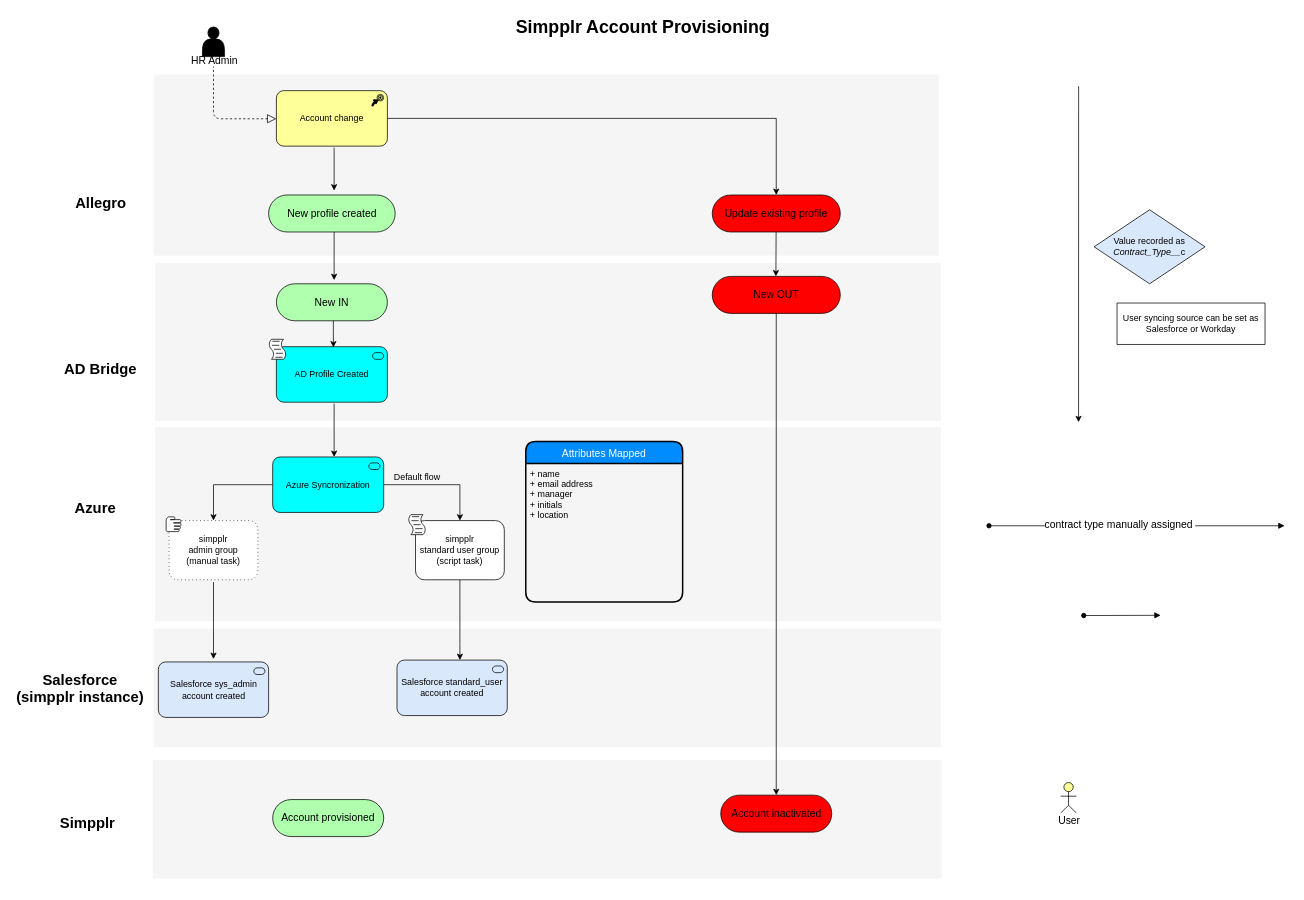
The draw.io diagram SimpplrAccountProvisioning.drawio in merid-berhe/draw.io, before the edit. Source tidied: cells renumbered, new cells numbered last; positions are measured from the earlier drawing's top-left corner, leaving out a move shared by most shapes. Both pictures are drawn from the tidied source at 74%, with x=0, y=0 at pixel (13, 13).
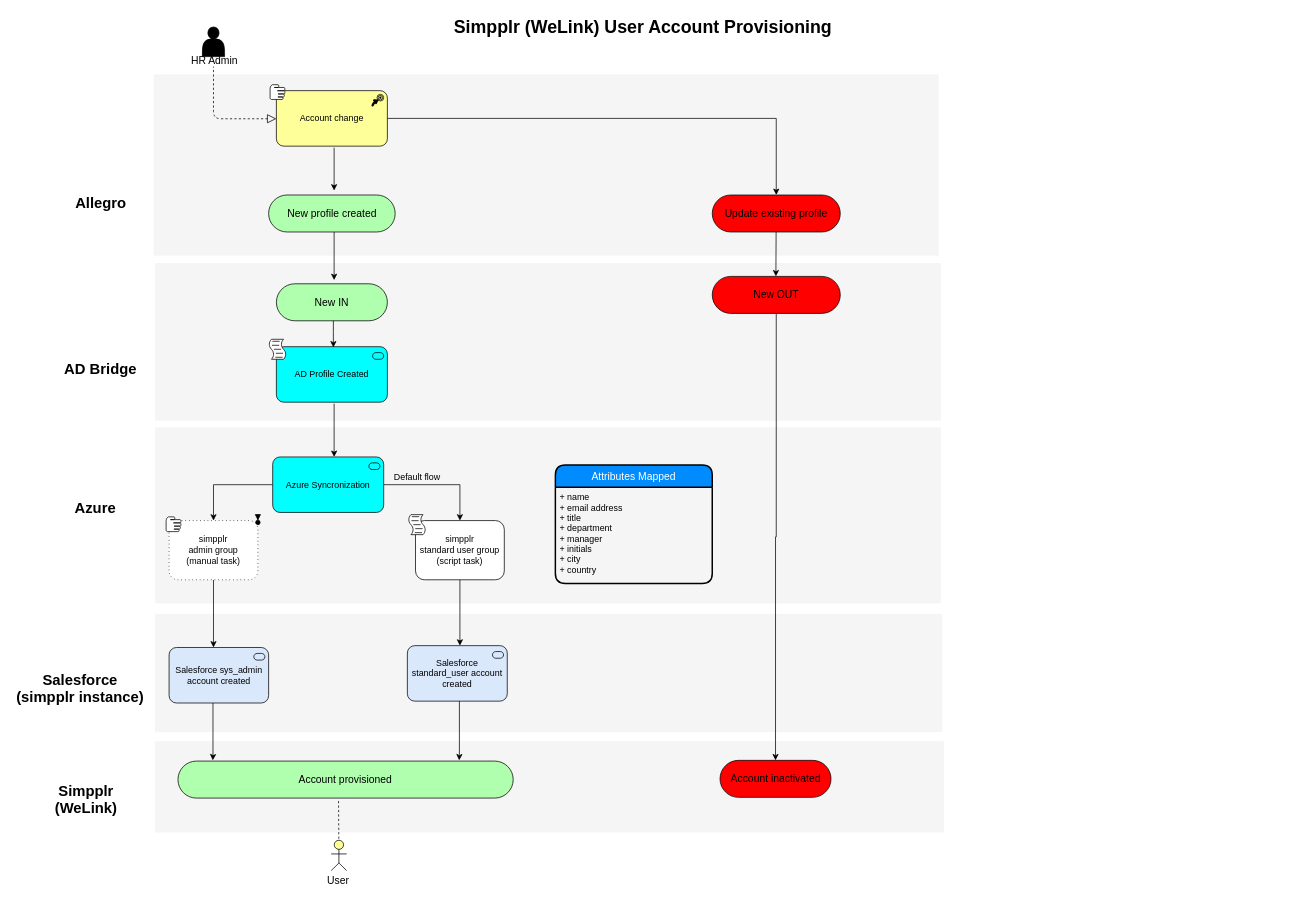
Above is the later version.

The change refers to these unchanged cells:
```xml
<mxCell id="35" value="New OUT" style="html=1;whiteSpace=wrap;fillColor=#FF0000;strokeColor=#000000;shape=mxgraph.archimate3.service;fontSize=14;" parent="1" vertex="1">
  <mxGeometry x="945" y="356" width="173" height="50" as="geometry" />
</mxCell>
<mxCell id="45" value="simpplr &lt;br&gt;admin group&lt;br&gt;(manual task)" style="shape=ext;rounded=1;html=1;whiteSpace=wrap;dashed=1;dashPattern=1 4;" parent="1" vertex="1">
  <mxGeometry x="211" y="686" width="120" height="80" as="geometry" />
</mxCell>
```

What changed in the source:
```diff
@@
     <mxCell id="2" style="whiteSpace=wrap;html=1;strokeColor=none;strokeWidth=1;fillColor=#f5f5f5;fontSize=14;" parent="1" vertex="1">
-      <mxGeometry x="192" y="560" width="1062" height="262" as="geometry" />
+      <mxGeometry x="192" y="560" width="1062" height="238" as="geometry" />
     </mxCell>
     <mxCell id="3" style="whiteSpace=wrap;html=1;strokeColor=none;strokeWidth=1;fillColor=#f5f5f5;fontSize=14;imageHeight=24;" parent="1" vertex="1">
-      <mxGeometry x="189" y="1009.5" width="1066" height="160" as="geometry" />
+      <mxGeometry x="192" y="984" width="1066" height="123.5" as="geometry" />
     </mxCell>
@@
     <mxCell id="5" style="whiteSpace=wrap;html=1;strokeColor=none;strokeWidth=1;fillColor=#f5f5f5;fontSize=14;" parent="1" vertex="1">
-      <mxGeometry x="190" y="832" width="1064" height="160" as="geometry" />
+      <mxGeometry x="192" y="812" width="1064" height="160" as="geometry" />
     </mxCell>
@@
     <mxCell id="7" value="Account provisioned" style="html=1;whiteSpace=wrap;fillColor=#AFFFAF;strokeColor=#000000;shape=mxgraph.archimate3.service;fontSize=14;" parent="1" vertex="1">
-      <mxGeometry x="351" y="1063" width="150" height="50" as="geometry" />
+      <mxGeometry x="223" y="1011" width="453" height="50" as="geometry" />
     </mxCell>
     <mxCell id="8" value="Account inactivated" style="html=1;whiteSpace=wrap;fillColor=#FF0000;strokeColor=#000000;shape=mxgraph.archimate3.service;fontSize=14;" parent="1" vertex="1">
-      <mxGeometry x="956.5" y="1057" width="150" height="50" as="geometry" />
+      <mxGeometry x="955.5" y="1010" width="150" height="50" as="geometry" />
     </mxCell>
@@
-    <mxCell id="14" value="Simpplr Account Provisioning" style="text;strokeColor=none;fillColor=none;html=1;fontSize=24;fontStyle=1;verticalAlign=middle;align=center;" parent="1" vertex="1">
+    <mxCell id="14" value="Simpplr (WeLink) User Account Provisioning" style="text;strokeColor=none;fillColor=none;html=1;fontSize=24;fontStyle=1;verticalAlign=middle;align=center;" parent="1" vertex="1">
       <mxGeometry x="56" width="1590" height="40" as="geometry" />
     </mxCell>
-    <mxCell id="15" value="Simpplr" style="text;html=1;strokeColor=none;fillColor=none;align=center;verticalAlign=middle;whiteSpace=wrap;fontSize=20;fontStyle=1;" parent="1" vertex="1">
-      <mxGeometry x="46" y="1083.5" width="110" height="20" as="geometry" />
+    <mxCell id="15" value="Simpplr&lt;br&gt;(WeLink)" style="text;html=1;strokeColor=none;fillColor=none;align=center;verticalAlign=middle;whiteSpace=wrap;fontSize=20;fontStyle=1;" parent="1" vertex="1">
+      <mxGeometry x="43.5" y="1052.2" width="110" height="20" as="geometry" />
     </mxCell>
@@
     <mxCell id="20" value="Salesforce standard_user account created" style="html=1;outlineConnect=0;whiteSpace=wrap;fillColor=#dae8fc;strokeColor=#000000;shape=mxgraph.archimate3.application;appType=serv;archiType=rounded;" parent="1" vertex="1">
-      <mxGeometry x="519" y="874.5" width="149" height="75" as="geometry" />
+      <mxGeometry x="533" y="855" width="135" height="75" as="geometry" />
     </mxCell>
-    <mxCell id="21" style="endArrow=classic;html=1;exitX=0.843;exitY=1;exitDx=0;exitDy=0;exitPerimeter=0;" parent="1" edge="1">
-      <mxGeometry relative="1" as="geometry">
-        <mxPoint x="1440.1" y="99" as="sourcePoint" />
-        <mxPoint x="1440" y="553" as="targetPoint" />
-      </mxGeometry>
-    </mxCell>
-    <mxCell id="22" value="Value recorded as &lt;i&gt;Contract_Type__&lt;/i&gt;c" style="rhombus;whiteSpace=wrap;html=1;strokeColor=#000000;fillColor=#dae8fc;" parent="1" vertex="1">
-      <mxGeometry x="1461" y="266" width="150" height="100" as="geometry" />
-    </mxCell>
-    <mxCell id="23" value="&lt;span style=&quot;white-space: nowrap ; background-color: rgb(255 , 255 , 255)&quot;&gt;User syncing source can be set as&lt;br&gt;Salesforce or Workday&lt;br&gt;&lt;/span&gt;" style="shape=note;whiteSpace=wrap;html=1;backgroundOutline=1;darkOpacity=0.05;strokeColor=#000000;fillColor=#FFFFFF;size=0;" parent="1" vertex="1">
-      <mxGeometry x="1492" y="392" width="200" height="56" as="geometry" />
-    </mxCell>
-    <mxCell id="24" style="endArrow=block;html=1;endFill=1;startArrow=oval;startFill=1;edgeStyle=elbowEdgeStyle;elbow=vertical;fontSize=17;" parent="1" edge="1">
-      <mxGeometry relative="1" as="geometry">
-        <mxPoint x="1447" y="814.3" as="sourcePoint" />
-        <mxPoint x="1551" y="814.3" as="targetPoint" />
-      </mxGeometry>
-    </mxCell>
-    <mxCell id="25" style="endArrow=block;html=1;endFill=1;startArrow=oval;startFill=1;edgeStyle=elbowEdgeStyle;elbow=vertical;fontSize=17;" parent="1" edge="1">
-      <mxGeometry relative="1" as="geometry">
-        <mxPoint x="1319" y="693" as="sourcePoint" />
-        <mxPoint x="1718.5" y="693.5" as="targetPoint" />
-      </mxGeometry>
-    </mxCell>
-    <mxCell id="26" value="contract type manually assigned&amp;nbsp;" style="text;html=1;align=center;verticalAlign=middle;labelBackgroundColor=#ffffff;fontSize=14;" parent="25" vertex="1">
-      <mxGeometry x="-0.12" y="2" relative="1" as="geometry" />
-    </mxCell>
     <mxCell id="27" style="html=1;outlineConnect=0;whiteSpace=wrap;fillColor=#ffff99;strokeColor=#000000;verticalLabelPosition=bottom;verticalAlign=top;align=center;shape=mxgraph.archimate3.actor;labelBackgroundColor=#FFFF33;fontSize=14;" parent="1" vertex="1">
-      <mxGeometry x="1416" y="1040" width="21" height="41" as="geometry" />
+      <mxGeometry x="430" y="1118" width="21" height="41" as="geometry" />
     </mxCell>
     <mxCell id="28" value="User" style="text;html=1;align=left;verticalAlign=top;spacingTop=-4;fontSize=14;" parent="1" vertex="1">
-      <mxGeometry x="1411" y="1081" width="40" height="17" as="geometry" />
+      <mxGeometry x="423" y="1162" width="40" height="17" as="geometry" />
     </mxCell>
@@
-    <mxCell id="34" style="edgeStyle=orthogonalEdgeStyle;rounded=0;jettySize=auto;html=1;exitX=0.5;exitY=1;exitDx=0;exitDy=0;exitPerimeter=0;" parent="1" edge="1" source="35" target="8">
-      <mxGeometry relative="1" as="geometry" />
+    <mxCell id="34" style="edgeStyle=orthogonalEdgeStyle;rounded=0;jettySize=auto;html=1;exitX=0.5;exitY=1;exitDx=0;exitDy=0;exitPerimeter=0;entryX=0.5;entryY=0;entryDx=0;entryDy=0;entryPerimeter=0;" parent="1" edge="1" source="35" target="8">
+      <mxGeometry relative="1" as="geometry">
+        <Array as="points">
+          <mxPoint x="1032" y="708" />
+        </Array>
+      </mxGeometry>
     </mxCell>
@@
     <mxCell id="42" value="Attributes Mapped" style="swimlane;horizontal=1;startSize=30;fillColor=#008cff;fontColor=#FFFFFF;rounded=1;fontSize=14;fontStyle=0;strokeWidth=2;shadow=0;dashed=0;align=center;" parent="1" vertex="1">
-      <mxGeometry x="693" y="579" width="212" height="217" as="geometry" />
+      <mxGeometry x="733" y="611" width="212" height="160" as="geometry" />
     </mxCell>
-    <mxCell id="43" value="+ name&#10;+ email address&#10;+ manager&#10;+ initials&#10;+ location" style="align=left;strokeColor=none;fillColor=none;spacingLeft=4;fontSize=12;verticalAlign=top;" parent="42" vertex="1">
-      <mxGeometry y="30" width="212" height="187" as="geometry" />
+    <mxCell id="43" value="+ name&#10;+ email address&#10;+ title&#10;+ department&#10;+ manager&#10;+ initials&#10;+ city&#10;+ country" style="align=left;strokeColor=none;fillColor=none;spacingLeft=4;fontSize=12;verticalAlign=top;" parent="42" vertex="1">
+      <mxGeometry y="30" width="212" height="130" as="geometry" />
     </mxCell>
-    <mxCell id="44" style="edgeStyle=orthogonalEdgeStyle;rounded=0;orthogonalLoop=1;jettySize=auto;html=1;" parent="1" edge="1">
-      <mxGeometry relative="1" as="geometry">
-        <mxPoint x="271" y="769" as="sourcePoint" />
-        <mxPoint x="271" y="873" as="targetPoint" />
-      </mxGeometry>
-    </mxCell>
+    <mxCell id="55" style="edgeStyle=orthogonalEdgeStyle;rounded=0;jettySize=auto;html=1;exitX=0.5;exitY=1;exitDx=0;exitDy=0;" parent="1" edge="1" source="45" target="54">
+      <mxGeometry relative="1" as="geometry">
+        <Array as="points">
+          <mxPoint x="271" y="838" />
+          <mxPoint x="271" y="838" />
+        </Array>
+      </mxGeometry>
+    </mxCell>
@@
     <mxCell id="54" value="Salesforce sys_admin account created" style="html=1;outlineConnect=0;whiteSpace=wrap;fillColor=#dae8fc;strokeColor=#000000;shape=mxgraph.archimate3.application;appType=serv;archiType=rounded;" parent="1" vertex="1">
-      <mxGeometry x="196.5" y="877" width="149" height="75" as="geometry" />
+      <mxGeometry x="211" y="857.5" width="134.5" height="75" as="geometry" />
     </mxCell>
+    <mxCell id="56" style="endArrow=none;dashed=1;html=1;" parent="1" edge="1" target="27">
+      <mxGeometry relative="1" as="geometry">
+        <mxPoint x="440" y="1065" as="sourcePoint" />
+      </mxGeometry>
+    </mxCell>
+    <mxCell id="57" style="edgeStyle=orthogonalEdgeStyle;rounded=0;orthogonalLoop=1;jettySize=auto;html=1;exitX=0.5;exitY=1;exitDx=0;exitDy=0;" parent="1" edge="1">
+      <mxGeometry relative="1" as="geometry">
+        <mxPoint x="270.3" y="932.5" as="sourcePoint" />
+        <mxPoint x="270" y="1010" as="targetPoint" />
+        <Array as="points">
+          <mxPoint x="270.3" y="1004.5" />
+          <mxPoint x="270.3" y="1004.5" />
+        </Array>
+      </mxGeometry>
+    </mxCell>
+    <mxCell id="58" style="edgeStyle=orthogonalEdgeStyle;rounded=0;orthogonalLoop=1;jettySize=auto;html=1;exitX=0.5;exitY=1;exitDx=0;exitDy=0;" parent="1" edge="1">
+      <mxGeometry relative="1" as="geometry">
+        <mxPoint x="603.3" y="930" as="sourcePoint" />
+        <mxPoint x="603" y="1010" as="targetPoint" />
+        <Array as="points">
+          <mxPoint x="603.3" y="1002" />
+          <mxPoint x="603.3" y="1002" />
+        </Array>
+      </mxGeometry>
+    </mxCell>
+    <mxCell id="59" style="shape=mxgraph.bpmn.manual_task;html=1;fillColor=#FFFFFF;" parent="1" vertex="1">
+      <mxGeometry x="347.5" y="97" width="20" height="20" as="geometry" />
+    </mxCell>
```
